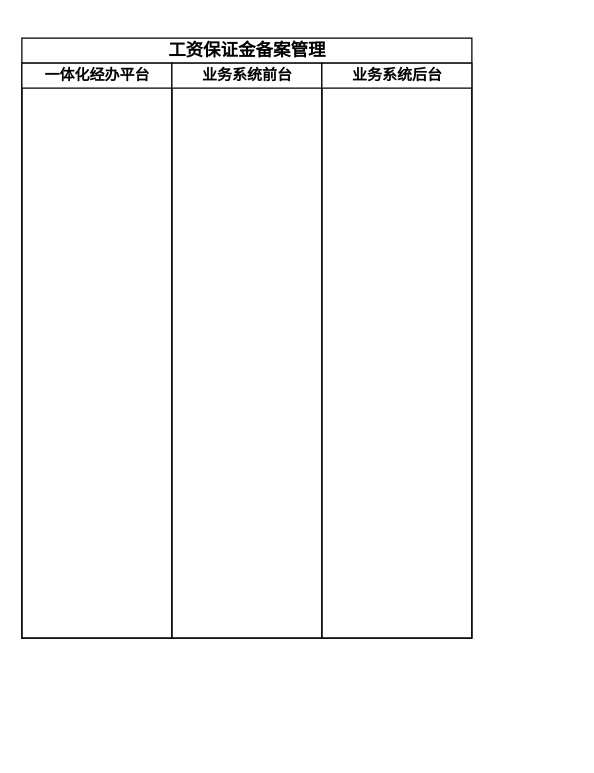
coderjbin/drawio keeps this draw.io diagram as 农民工工资保证金.drawio. Above is the earlier version. Source tidied: cells renumbered, new cells numbered last; positions are measured from the earlier drawing's top-left corner, leaving out a move shared by most shapes. Both pictures are drawn from the tidied source at 125%, with x=0, y=0 at pixel (21, 38).
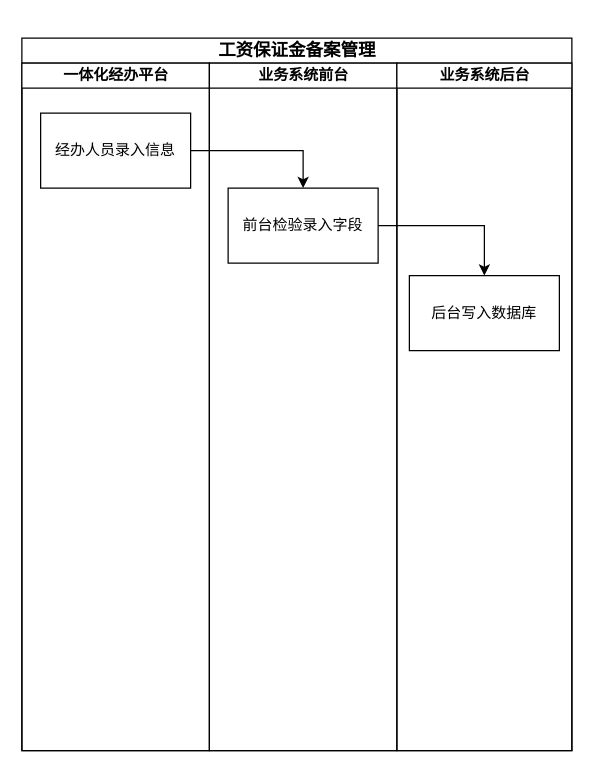
The same diagram, later.

Commit message (it also covers changes not shown here):
更新农民工工资保证金.drawio

Change to the diagram source:
```diff
@@
 <mxGraphModel>
   <root>
     <mxCell id="0" />
     <mxCell id="1" parent="0" />
     <mxCell id="2" value="&lt;h3&gt;&lt;p class=&quot;MsoNormal&quot;&gt;&lt;span style=&quot;mso-spacerun:'yes';font-family:宋体;mso-ascii-font-family:Calibri;&lt;br/&gt;mso-hansi-font-family:Calibri;mso-bidi-font-family:'Times New Roman';font-size:10.5000pt;&lt;br/&gt;mso-font-kerning:1.0000pt;&quot;&gt;工资保证金备案管理&lt;/span&gt;&lt;/p&gt;&lt;/h3&gt;" style="swimlane;startSize=20;html=1;" parent="1" vertex="1">
-      <mxGeometry width="360" height="480" as="geometry" />
+      <mxGeometry width="440" height="570" as="geometry" />
     </mxCell>
     <mxCell id="3" value="一体化经办平台" style="swimlane;startSize=20;html=1;" parent="2" vertex="1">
-      <mxGeometry y="20" width="120" height="460" as="geometry" />
+      <mxGeometry y="20" width="150" height="550" as="geometry" />
     </mxCell>
+    <mxCell id="6" value="&lt;span style=&quot;color: rgb(0, 0, 0); font-family: Helvetica; font-size: 12px; font-style: normal; font-variant-ligatures: normal; font-variant-caps: normal; font-weight: 400; letter-spacing: normal; orphans: 2; text-align: center; text-indent: 0px; text-transform: none; widows: 2; word-spacing: 0px; -webkit-text-stroke-width: 0px; white-space: normal; background-color: rgb(251, 251, 251); text-decoration-thickness: initial; text-decoration-style: initial; text-decoration-color: initial; display: inline !important; float: none;&quot;&gt;经办人员录入信息&lt;/span&gt;" style="rounded=0;whiteSpace=wrap;html=1;" parent="3" vertex="1">
+      <mxGeometry x="15" y="40" width="120" height="60" as="geometry" />
+    </mxCell>
     <mxCell id="4" value="业务系统前台" style="swimlane;startSize=20;html=1;" parent="2" vertex="1">
-      <mxGeometry x="120" y="20" width="120" height="460" as="geometry" />
+      <mxGeometry x="150" y="20" width="150" height="550" as="geometry" />
     </mxCell>
+    <mxCell id="7" value="前台检验录入字段" style="rounded=0;whiteSpace=wrap;html=1;" parent="4" vertex="1">
+      <mxGeometry x="15" y="100" width="120" height="60" as="geometry" />
+    </mxCell>
     <mxCell id="5" value="业务系统后台" style="swimlane;startSize=20;html=1;" parent="2" vertex="1">
-      <mxGeometry x="240" y="20" width="120" height="460" as="geometry" />
+      <mxGeometry x="300" y="20" width="140" height="550" as="geometry" />
     </mxCell>
+    <mxCell id="8" value="后台写入数据库" style="rounded=0;whiteSpace=wrap;html=1;" parent="5" vertex="1">
+      <mxGeometry x="10" y="170" width="120" height="60" as="geometry" />
+    </mxCell>
+    <mxCell id="9" style="edgeStyle=orthogonalEdgeStyle;rounded=0;jettySize=auto;html=1;exitX=1;exitY=0.5;exitDx=0;exitDy=0;entryX=0.5;entryY=0;entryDx=0;entryDy=0;" parent="2" edge="1" source="6" target="7">
+      <mxGeometry relative="1" as="geometry" />
+    </mxCell>
+    <mxCell id="10" style="edgeStyle=orthogonalEdgeStyle;rounded=0;jettySize=auto;html=1;entryX=0.5;entryY=0;entryDx=0;entryDy=0;exitX=1;exitY=0.5;exitDx=0;exitDy=0;" parent="2" edge="1" source="7" target="8">
+      <mxGeometry relative="1" as="geometry" />
+    </mxCell>
   </root>
 </mxGraphModel>
```
